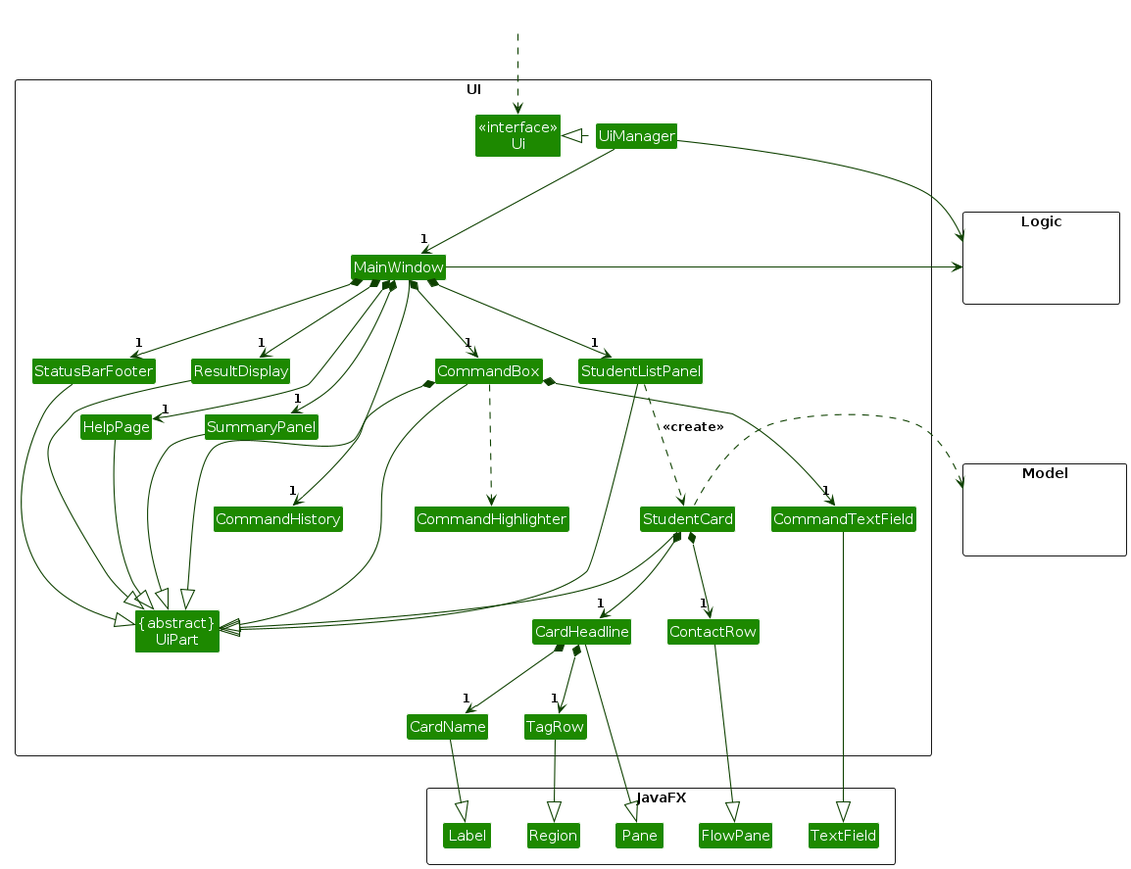
Above: diagrams/UiClassDiagram.png in AY2627S1-CS2103T-T16-1/tp (PlantUML), before the change. Its source is kept beside it as diagrams/UiClassDiagram.puml.
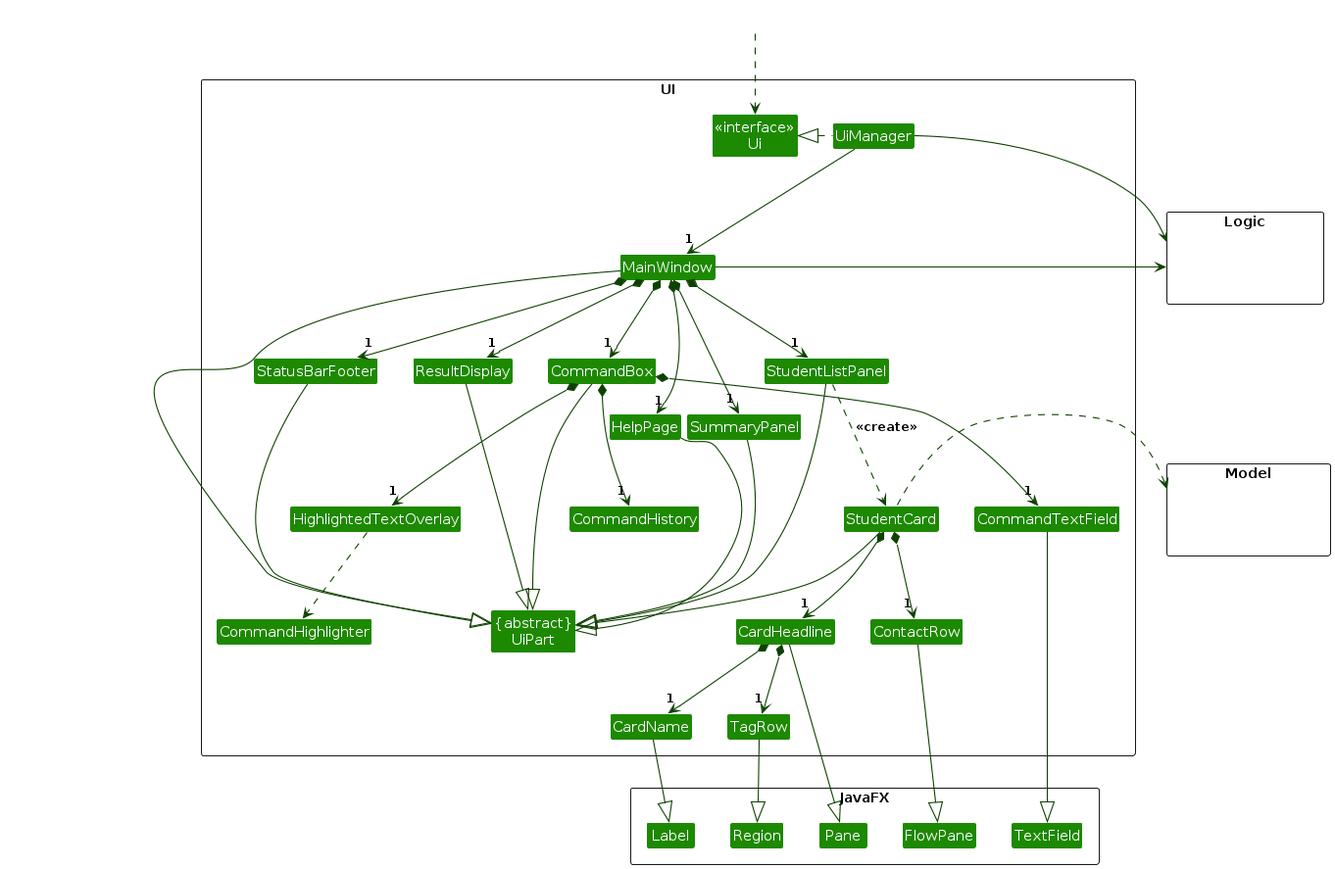
After the commit.

Diff of the diagram source:
```diff
@@ -22,6 +22,7 @@
     ~next(text : String) : String
 }
 Class CommandTextField
+Class HighlightedTextOverlay
 Class CommandHighlighter
 Class CardHeadline
 Class CardName
@@ -53,7 +54,8 @@
 MainWindow *-down->  "1" CommandBox
 CommandBox *-down-> "1" CommandHistory
 CommandBox *-down-> "1" CommandTextField
-CommandBox ..> CommandHighlighter
+CommandBox *-down-> "1" HighlightedTextOverlay
+HighlightedTextOverlay ..> CommandHighlighter
 MainWindow *-down-> "1" ResultDisplay
 MainWindow *-down-> "1" HelpPage
 MainWindow *-down-> "1" StudentListPanel
```
